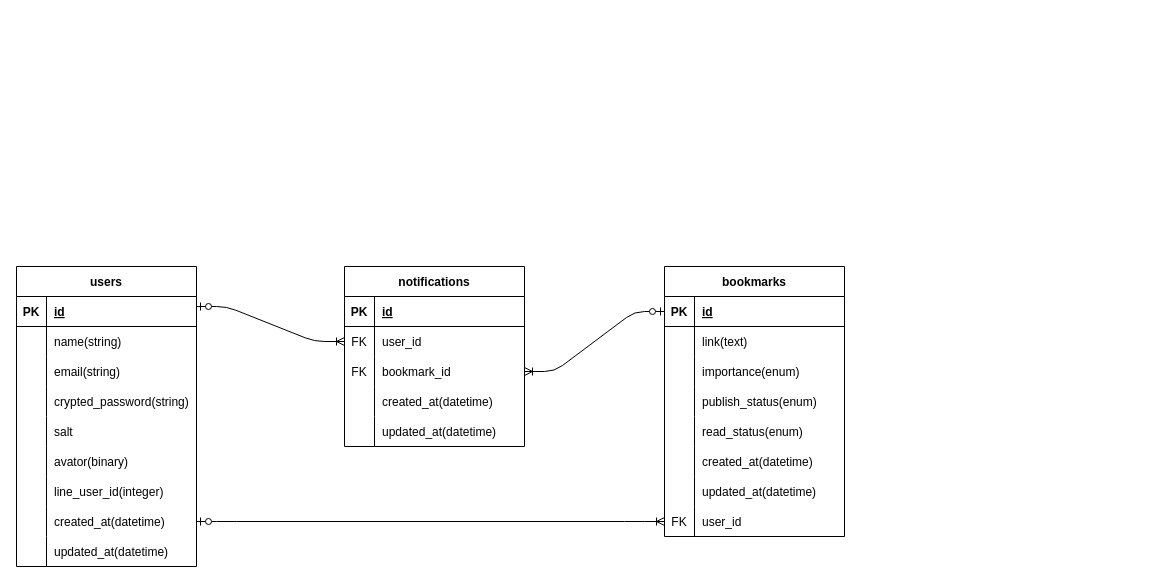
Earlier version of the draw.io diagram ER_diagram.drawio (kitade-shogo/ArtiClear). Source tidied: cells renumbered, new cells numbered last; positions are measured from the earlier drawing's top-left corner, leaving out a move shared by most shapes. Both pictures are drawn from the tidied source at 100%, with x=0, y=0 at pixel (16, 266).
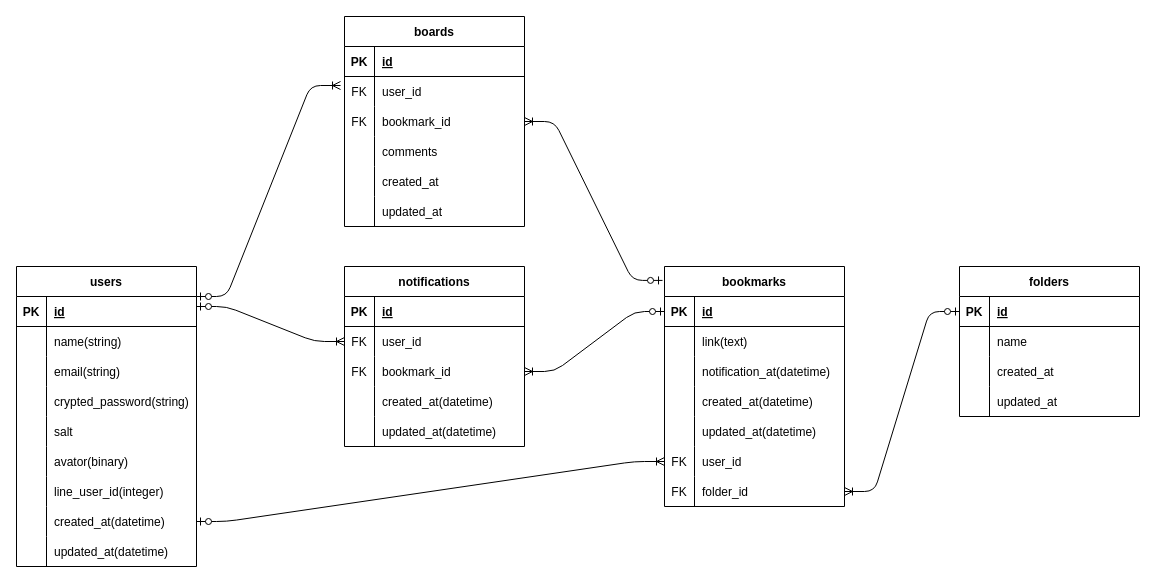
The same diagram, later.

The change refers to these unchanged cells:
```xml
<mxCell id="37" style="shape=tableRow;horizontal=0;startSize=0;swimlaneHead=0;swimlaneBody=0;fillColor=none;top=0;left=0;right=0;bottom=0;" parent="30" vertex="1">
  <mxGeometry y="90" width="180" height="30" as="geometry" />
</mxCell>
```

Change to the diagram source:
```diff
@@
     <mxCell id="30" value="bookmarks" style="shape=table;startSize=30;childLayout=tableLayout;rowLines=0;fontStyle=1;align=center;" parent="1" vertex="1">
-      <mxGeometry x="648" width="180" height="270" as="geometry" />
+      <mxGeometry x="648" width="180" height="240" as="geometry" />
     </mxCell>
@@
-    <mxCell id="39" value="importance(enum)" style="shape=partialRectangle;fillColor=none;top=0;left=0;bottom=0;right=0;align=left;spacingLeft=6;overflow=hidden;" parent="37" vertex="1">
+    <mxCell id="39" value="notification_at(datetime)" style="shape=partialRectangle;fillColor=none;top=0;left=0;bottom=0;right=0;align=left;spacingLeft=6;overflow=hidden;" parent="37" vertex="1">
       <mxGeometry x="30" width="150" height="30" as="geometry" />
     </mxCell>
-    <mxCell id="40" style="shape=tableRow;horizontal=0;startSize=0;swimlaneHead=0;swimlaneBody=0;fillColor=none;top=0;left=0;right=0;bottom=0;" parent="30" vertex="1">
-      <mxGeometry y="120" width="180" height="30" as="geometry" />
-    </mxCell>
-    <mxCell id="41" style="shape=partialRectangle;fillColor=none;top=0;left=0;bottom=0;right=0;overflow=hidden;" parent="40" vertex="1">
-      <mxGeometry width="30" height="30" as="geometry" />
-    </mxCell>
-    <mxCell id="42" value="publish_status(enum)" style="shape=partialRectangle;fillColor=none;top=0;left=0;bottom=0;right=0;align=left;spacingLeft=6;overflow=hidden;" parent="40" vertex="1">
-      <mxGeometry x="30" width="150" height="30" as="geometry" />
-    </mxCell>
-    <mxCell id="43" style="shape=tableRow;horizontal=0;startSize=0;swimlaneHead=0;swimlaneBody=0;fillColor=none;top=0;left=0;right=0;bottom=0;" parent="30" vertex="1">
-      <mxGeometry y="150" width="180" height="30" as="geometry" />
-    </mxCell>
-    <mxCell id="44" style="shape=partialRectangle;fillColor=none;top=0;left=0;bottom=0;right=0;overflow=hidden;" parent="43" vertex="1">
-      <mxGeometry width="30" height="30" as="geometry" />
-    </mxCell>
-    <mxCell id="45" value="read_status(enum)" style="shape=partialRectangle;fillColor=none;top=0;left=0;bottom=0;right=0;align=left;spacingLeft=6;overflow=hidden;" parent="43" vertex="1">
-      <mxGeometry x="30" width="150" height="30" as="geometry" />
-    </mxCell>
     <mxCell id="46" style="shape=tableRow;horizontal=0;startSize=0;swimlaneHead=0;swimlaneBody=0;fillColor=none;top=0;left=0;right=0;bottom=0;" parent="30" vertex="1">
-      <mxGeometry y="180" width="180" height="30" as="geometry" />
+      <mxGeometry y="120" width="180" height="30" as="geometry" />
     </mxCell>
@@
     <mxCell id="49" style="shape=tableRow;horizontal=0;startSize=0;swimlaneHead=0;swimlaneBody=0;fillColor=none;top=0;left=0;right=0;bottom=0;" parent="30" vertex="1">
-      <mxGeometry y="210" width="180" height="30" as="geometry" />
+      <mxGeometry y="150" width="180" height="30" as="geometry" />
     </mxCell>
@@
     <mxCell id="52" style="shape=tableRow;horizontal=0;startSize=0;swimlaneHead=0;swimlaneBody=0;fillColor=none;points=[[0,0.5],[1,0.5]];portConstraint=eastwest;top=0;left=0;right=0;bottom=0;" parent="30" vertex="1">
-      <mxGeometry y="240" width="180" height="30" as="geometry" />
+      <mxGeometry y="180" width="180" height="30" as="geometry" />
     </mxCell>
@@
+    <mxCell id="74" style="shape=tableRow;horizontal=0;startSize=0;swimlaneHead=0;swimlaneBody=0;fillColor=none;points=[[0,0.5],[1,0.5]];portConstraint=eastwest;top=0;left=0;right=0;bottom=0;" parent="30" vertex="1">
+      <mxGeometry y="210" width="180" height="30" as="geometry" />
+    </mxCell>
+    <mxCell id="75" value="FK" style="shape=partialRectangle;fillColor=none;top=0;left=0;bottom=0;right=0;overflow=hidden;" parent="74" vertex="1">
+      <mxGeometry width="30" height="30" as="geometry" />
+    </mxCell>
+    <mxCell id="76" value="folder_id" style="shape=partialRectangle;fillColor=none;top=0;left=0;bottom=0;right=0;align=left;spacingLeft=6;overflow=hidden;" parent="74" vertex="1">
+      <mxGeometry x="30" width="150" height="30" as="geometry" />
+    </mxCell>
@@
+    <mxCell id="77" value="folders" style="shape=table;startSize=30;childLayout=tableLayout;rowLines=0;fontStyle=1;align=center;" parent="1" vertex="1">
+      <mxGeometry x="943" width="180" height="150" as="geometry" />
+    </mxCell>
+    <mxCell id="78" style="shape=tableRow;horizontal=0;startSize=0;swimlaneHead=0;swimlaneBody=0;fillColor=none;points=[[0,0.5],[1,0.5]];portConstraint=eastwest;top=0;left=0;right=0;bottom=1;" parent="77" vertex="1">
+      <mxGeometry y="30" width="180" height="30" as="geometry" />
+    </mxCell>
+    <mxCell id="79" value="PK" style="shape=partialRectangle;fillColor=none;top=0;left=0;bottom=0;right=0;fontStyle=1;overflow=hidden;" parent="78" vertex="1">
+      <mxGeometry width="30" height="30" as="geometry" />
+    </mxCell>
+    <mxCell id="80" value="id" style="shape=partialRectangle;fillColor=none;top=0;left=0;bottom=0;right=0;align=left;spacingLeft=6;fontStyle=5;overflow=hidden;" parent="78" vertex="1">
+      <mxGeometry x="30" width="150" height="30" as="geometry" />
+    </mxCell>
+    <mxCell id="81" style="shape=tableRow;horizontal=0;startSize=0;swimlaneHead=0;swimlaneBody=0;fillColor=none;top=0;left=0;right=0;bottom=0;" parent="77" vertex="1">
+      <mxGeometry y="60" width="180" height="30" as="geometry" />
+    </mxCell>
+    <mxCell id="82" style="shape=partialRectangle;fillColor=none;top=0;left=0;bottom=0;right=0;overflow=hidden;" parent="81" vertex="1">
+      <mxGeometry width="30" height="30" as="geometry" />
+    </mxCell>
+    <mxCell id="83" value="name" style="shape=partialRectangle;fillColor=none;top=0;left=0;bottom=0;right=0;align=left;spacingLeft=6;overflow=hidden;" parent="81" vertex="1">
+      <mxGeometry x="30" width="150" height="30" as="geometry" />
+    </mxCell>
+    <mxCell id="84" style="shape=tableRow;horizontal=0;startSize=0;swimlaneHead=0;swimlaneBody=0;fillColor=none;top=0;left=0;right=0;bottom=0;" parent="77" vertex="1">
+      <mxGeometry y="90" width="180" height="30" as="geometry" />
+    </mxCell>
+    <mxCell id="85" style="shape=partialRectangle;fillColor=none;top=0;left=0;bottom=0;right=0;overflow=hidden;" parent="84" vertex="1">
+      <mxGeometry width="30" height="30" as="geometry" />
+    </mxCell>
+    <mxCell id="86" value="created_at" style="shape=partialRectangle;fillColor=none;top=0;left=0;bottom=0;right=0;align=left;spacingLeft=6;overflow=hidden;" parent="84" vertex="1">
+      <mxGeometry x="30" width="150" height="30" as="geometry" />
+    </mxCell>
+    <mxCell id="87" style="shape=tableRow;horizontal=0;startSize=0;swimlaneHead=0;swimlaneBody=0;fillColor=none;top=0;left=0;right=0;bottom=0;" parent="77" vertex="1">
+      <mxGeometry y="120" width="180" height="30" as="geometry" />
+    </mxCell>
+    <mxCell id="88" style="shape=partialRectangle;fillColor=none;top=0;left=0;bottom=0;right=0;overflow=hidden;" parent="87" vertex="1">
+      <mxGeometry width="30" height="30" as="geometry" />
+    </mxCell>
+    <mxCell id="89" value="updated_at" style="shape=partialRectangle;fillColor=none;top=0;left=0;bottom=0;right=0;align=left;spacingLeft=6;overflow=hidden;" parent="87" vertex="1">
+      <mxGeometry x="30" width="150" height="30" as="geometry" />
+    </mxCell>
+    <mxCell id="90" style="edgeStyle=entityRelationEdgeStyle;fontSize=12;html=1;endArrow=ERoneToMany;startArrow=ERzeroToOne;exitX=0;exitY=0.5;exitDx=0;exitDy=0;entryX=1;entryY=0.5;entryDx=0;entryDy=0;" parent="1" edge="1" source="78" target="74">
+      <mxGeometry relative="1" as="geometry" />
+    </mxCell>
+    <mxCell id="91" value="boards" style="shape=table;startSize=30;childLayout=tableLayout;rowLines=0;fontStyle=1;align=center;" parent="1" vertex="1">
+      <mxGeometry x="328" y="-250" width="180" height="210" as="geometry" />
+    </mxCell>
+    <mxCell id="92" style="shape=tableRow;horizontal=0;startSize=0;swimlaneHead=0;swimlaneBody=0;fillColor=none;top=0;left=0;right=0;bottom=1;" parent="91" vertex="1">
+      <mxGeometry y="30" width="180" height="30" as="geometry" />
+    </mxCell>
+    <mxCell id="93" value="PK" style="shape=partialRectangle;fillColor=none;top=0;left=0;bottom=0;right=0;fontStyle=1;overflow=hidden;" parent="92" vertex="1">
+      <mxGeometry width="30" height="30" as="geometry" />
+    </mxCell>
+    <mxCell id="94" value="id" style="shape=partialRectangle;fillColor=none;top=0;left=0;bottom=0;right=0;align=left;spacingLeft=6;fontStyle=5;overflow=hidden;" parent="92" vertex="1">
+      <mxGeometry x="30" width="150" height="30" as="geometry" />
+    </mxCell>
+    <mxCell id="95" style="shape=tableRow;horizontal=0;startSize=0;swimlaneHead=0;swimlaneBody=0;fillColor=none;points=[[0,0.5],[1,0.5]];portConstraint=eastwest;top=0;left=0;right=0;bottom=0;" parent="91" vertex="1">
+      <mxGeometry y="60" width="180" height="30" as="geometry" />
+    </mxCell>
+    <mxCell id="96" value="FK" style="shape=partialRectangle;fillColor=none;top=0;left=0;bottom=0;right=0;overflow=hidden;" parent="95" vertex="1">
+      <mxGeometry width="30" height="30" as="geometry" />
+    </mxCell>
+    <mxCell id="97" value="user_id" style="shape=partialRectangle;fillColor=none;top=0;left=0;bottom=0;right=0;align=left;spacingLeft=6;overflow=hidden;" parent="95" vertex="1">
+      <mxGeometry x="30" width="150" height="30" as="geometry" />
+    </mxCell>
+    <mxCell id="98" style="shape=tableRow;horizontal=0;startSize=0;swimlaneHead=0;swimlaneBody=0;fillColor=none;points=[[0,0.5],[1,0.5]];portConstraint=eastwest;top=0;left=0;right=0;bottom=0;" parent="91" vertex="1">
+      <mxGeometry y="90" width="180" height="30" as="geometry" />
+    </mxCell>
+    <mxCell id="99" value="FK" style="shape=partialRectangle;fillColor=none;top=0;left=0;bottom=0;right=0;overflow=hidden;" parent="98" vertex="1">
+      <mxGeometry width="30" height="30" as="geometry" />
+    </mxCell>
+    <mxCell id="100" value="bookmark_id" style="shape=partialRectangle;fillColor=none;top=0;left=0;bottom=0;right=0;align=left;spacingLeft=6;overflow=hidden;" parent="98" vertex="1">
+      <mxGeometry x="30" width="150" height="30" as="geometry" />
+    </mxCell>
+    <mxCell id="101" style="shape=tableRow;horizontal=0;startSize=0;swimlaneHead=0;swimlaneBody=0;fillColor=none;top=0;left=0;right=0;bottom=0;" parent="91" vertex="1">
+      <mxGeometry y="120" width="180" height="30" as="geometry" />
+    </mxCell>
+    <mxCell id="102" style="shape=partialRectangle;fillColor=none;top=0;left=0;bottom=0;right=0;overflow=hidden;" parent="101" vertex="1">
+      <mxGeometry width="30" height="30" as="geometry" />
+    </mxCell>
+    <mxCell id="103" value="comments" style="shape=partialRectangle;fillColor=none;top=0;left=0;bottom=0;right=0;align=left;spacingLeft=6;overflow=hidden;" parent="101" vertex="1">
+      <mxGeometry x="30" width="150" height="30" as="geometry" />
+    </mxCell>
+    <mxCell id="43" style="shape=tableRow;horizontal=0;startSize=0;swimlaneHead=0;swimlaneBody=0;fillColor=none;top=0;left=0;right=0;bottom=0;" parent="91" vertex="1">
+      <mxGeometry y="150" width="180" height="30" as="geometry" />
+    </mxCell>
+    <mxCell id="104" style="shape=partialRectangle;fillColor=none;top=0;left=0;bottom=0;right=0;overflow=hidden;" parent="43" vertex="1">
+      <mxGeometry width="30" height="30" as="geometry" />
+    </mxCell>
+    <mxCell id="105" value="created_at" style="shape=partialRectangle;fillColor=none;top=0;left=0;bottom=0;right=0;align=left;spacingLeft=6;overflow=hidden;" parent="43" vertex="1">
+      <mxGeometry x="30" width="150" height="30" as="geometry" />
+    </mxCell>
+    <mxCell id="106" style="shape=tableRow;horizontal=0;startSize=0;swimlaneHead=0;swimlaneBody=0;fillColor=none;top=0;left=0;right=0;bottom=0;" parent="91" vertex="1">
+      <mxGeometry y="180" width="180" height="30" as="geometry" />
+    </mxCell>
+    <mxCell id="107" style="shape=partialRectangle;fillColor=none;top=0;left=0;bottom=0;right=0;overflow=hidden;" parent="106" vertex="1">
+      <mxGeometry width="30" height="30" as="geometry" />
+    </mxCell>
+    <mxCell id="108" value="updated_at" style="shape=partialRectangle;fillColor=none;top=0;left=0;bottom=0;right=0;align=left;spacingLeft=6;overflow=hidden;" parent="106" vertex="1">
+      <mxGeometry x="30" width="150" height="30" as="geometry" />
+    </mxCell>
+    <mxCell id="109" style="edgeStyle=entityRelationEdgeStyle;fontSize=12;html=1;endArrow=ERoneToMany;startArrow=ERzeroToOne;entryX=-0.022;entryY=0.3;entryDx=0;entryDy=0;entryPerimeter=0;" parent="1" edge="1" target="95">
+      <mxGeometry relative="1" as="geometry">
+        <mxPoint x="180" y="30" as="sourcePoint" />
+      </mxGeometry>
+    </mxCell>
+    <mxCell id="110" style="edgeStyle=entityRelationEdgeStyle;fontSize=12;html=1;endArrow=ERoneToMany;startArrow=ERzeroToOne;entryX=1;entryY=0.5;entryDx=0;entryDy=0;exitX=-0.011;exitY=0.058;exitDx=0;exitDy=0;exitPerimeter=0;" parent="1" edge="1" source="30" target="98">
+      <mxGeometry relative="1" as="geometry" />
+    </mxCell>
```
